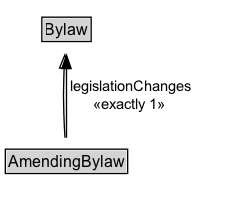
This is docs/diagrams/AmendingBylaw.dot.png from ISO-TC204/ontology-cdm-p2-v1, a Graphviz export, as it was before one commit. Its source is kept beside it as docs/diagrams/AmendingBylaw.dot. The source it was exported from:
```dot
digraph {
	graph [overlap=false rankdir=TB splines=true]
	node [fontname=Arial fontsize=12 margin=0 shape=none]
	edge [fontname=Arial fontsize=11]
	{
		rank=max
		AmendingBylaw [label=<<TABLE BORDER="1" CELLBORDER="0" CELLSPACING="0" CELLPADDING="1"><TR><TD BGCOLOR="lightgray" ALIGN="CENTER" PORT="e">AmendingBylaw</TD></TR></TABLE>> URL="../AmendingBylaw.md" margin=0]
	}
	subgraph cluster_associated {
		label="" style=invis
		Invis [label=<<TABLE BORDER="0" CELLBORDER="0" CELLSPACING="0" CELLPADDING="1"><TR><TD></TD></TR></TABLE>> margin=0 style=invis]
	}
	Bylaw [label=<<TABLE BORDER="1" CELLBORDER="0" CELLSPACING="0" CELLPADDING="1"><TR><TD BGCOLOR="lightgray" ALIGN="CENTER">Bylaw</TD></TR></TABLE>> URL="../Bylaw.md" margin=0]
	AmendingBylaw -> Bylaw [arrowhead=onormal style=solid]
	Bylaw [label=<<TABLE BORDER="1" CELLBORDER="0" CELLSPACING="0" CELLPADDING="1"><TR><TD BGCOLOR="lightgray" ALIGN="CENTER">Bylaw</TD></TR></TABLE>> URL="../Bylaw.md" margin=0]
	AmendingBylaw -> Bylaw [label=" legislationChanges
 «exactly 1»  " arrowhead=normal style=solid]
}
```
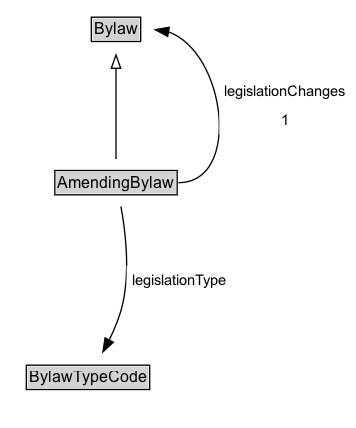
Later version of the same file.

Diff of the diagram source:
```diff
@@ -3,16 +3,23 @@
 	node [fontname=Arial fontsize=12 margin=0 shape=none]
 	edge [fontname=Arial fontsize=11]
 	{
+		rank=source
+		Bylaw [label=<<TABLE BORDER="1" CELLBORDER="0" CELLSPACING="0" CELLPADDING="1"><TR><TD BGCOLOR="lightgray" ALIGN="CENTER">Bylaw</TD></TR></TABLE>> URL="../Bylaw" margin=0]
+	}
+	AmendingBylaw [label=<<TABLE BORDER="1" CELLBORDER="0" CELLSPACING="0" CELLPADDING="1"><TR><TD BGCOLOR="lightgray" ALIGN="CENTER">AmendingBylaw</TD></TR></TABLE>> URL="../AmendingBylaw" margin=0]
+	{
 		rank=max
-		AmendingBylaw [label=<<TABLE BORDER="1" CELLBORDER="0" CELLSPACING="0" CELLPADDING="1"><TR><TD BGCOLOR="lightgray" ALIGN="CENTER" PORT="e">AmendingBylaw</TD></TR></TABLE>> URL="../AmendingBylaw.md" margin=0]
 	}
 	subgraph cluster_associated {
 		label="" style=invis
 		Invis [label=<<TABLE BORDER="0" CELLBORDER="0" CELLSPACING="0" CELLPADDING="1"><TR><TD></TD></TR></TABLE>> margin=0 style=invis]
+		BylawTypeCode [label=<<TABLE BORDER="1" CELLBORDER="0" CELLSPACING="0" CELLPADDING="1"><TR><TD BGCOLOR="lightgray" ALIGN="CENTER">BylawTypeCode</TD></TR></TABLE>> URL="../BylawTypeCode" margin=0]
 	}
-	Bylaw [label=<<TABLE BORDER="1" CELLBORDER="0" CELLSPACING="0" CELLPADDING="1"><TR><TD BGCOLOR="lightgray" ALIGN="CENTER">Bylaw</TD></TR></TABLE>> URL="../Bylaw.md" margin=0]
 	AmendingBylaw -> Bylaw [arrowhead=onormal style=solid]
-	Bylaw [label=<<TABLE BORDER="1" CELLBORDER="0" CELLSPACING="0" CELLPADDING="1"><TR><TD BGCOLOR="lightgray" ALIGN="CENTER">Bylaw</TD></TR></TABLE>> URL="../Bylaw.md" margin=0]
-	AmendingBylaw -> Bylaw [label=" legislationChanges
- «exactly 1»  " arrowhead=normal style=solid]
+	AmendingBylaw -> Invis [style=invis]
+	Invis -> BylawTypeCode [style=invis]
+	Bylaw [label=<<TABLE BORDER="1" CELLBORDER="0" CELLSPACING="0" CELLPADDING="1"><TR><TD BGCOLOR="lightgray" ALIGN="CENTER">Bylaw</TD></TR></TABLE>> URL="../Bylaw" margin=0]
+	AmendingBylaw:e -> Bylaw:e [label=<<TABLE BORDER="0" CELLBORDER="0" CELLSPACING="0" CELLPADDING="4" BGCOLOR="white"><TR><TD ALIGN="CENTER">legislationChanges</TD></TR><TR><TD ALIGN="CENTER">1</TD></TR></TABLE>> arrowhead=normal constraint=false style=solid]
+	BylawTypeCode [label=<<TABLE BORDER="1" CELLBORDER="0" CELLSPACING="0" CELLPADDING="1"><TR><TD BGCOLOR="lightgray" ALIGN="CENTER">BylawTypeCode</TD></TR></TABLE>> URL="../BylawTypeCode" margin=0]
+	AmendingBylaw -> BylawTypeCode [label=<<TABLE BORDER="0" CELLBORDER="0" CELLSPACING="0" CELLPADDING="4" BGCOLOR="white"><TR><TD ALIGN="CENTER">legislationType</TD></TR></TABLE>> arrowhead=normal style=solid]
 }
```
